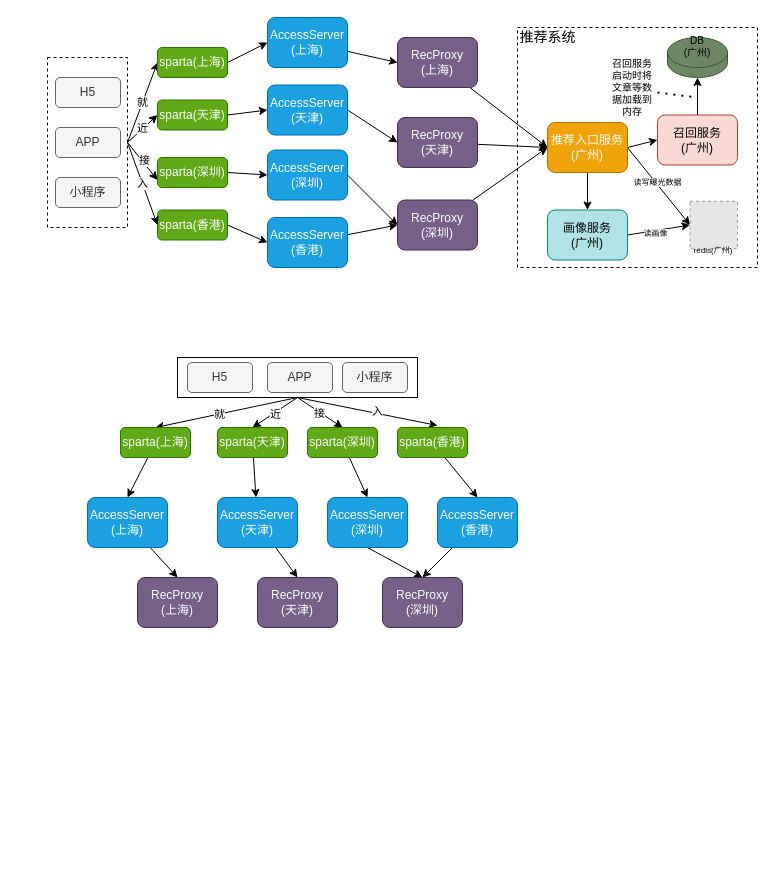
Before: yidian_recomm2.drawio in checkking/diagrams, a draw.io diagram. Source tidied: cells renumbered, new cells numbered last; positions are measured from the earlier drawing's top-left corner, leaving out a move shared by most shapes. Both pictures are drawn from the tidied source at 100%, with x=0, y=0 at pixel (47, 17). Pictures stored in the file or linked from it are replaced by grey dashed boxes.
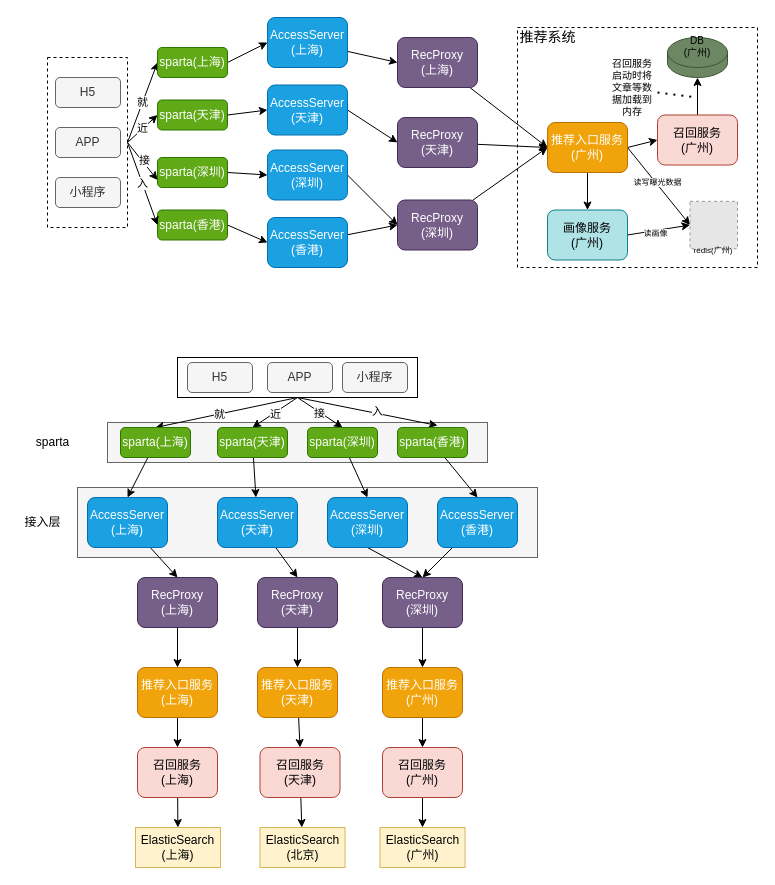
The same diagram, later.

Unchanged cells that the change refers to:
```xml
<mxCell id="84" value="RecProxy&lt;br&gt;(上海)" style="rounded=1;whiteSpace=wrap;html=1;fillColor=#76608a;strokeColor=#432D57;fontColor=#ffffff;" parent="1" vertex="1">
  <mxGeometry x="90" y="560" width="80" height="50" as="geometry" />
</mxCell>
<mxCell id="85" value="RecProxy&lt;br&gt;(天津)" style="rounded=1;whiteSpace=wrap;html=1;fillColor=#76608a;strokeColor=#432D57;fontColor=#ffffff;" parent="1" vertex="1">
  <mxGeometry x="210" y="560" width="80" height="50" as="geometry" />
</mxCell>
<mxCell id="86" value="RecProxy&lt;br&gt;(深圳)" style="rounded=1;whiteSpace=wrap;html=1;fillColor=#76608a;strokeColor=#432D57;fontColor=#ffffff;" parent="1" vertex="1">
  <mxGeometry x="335" y="560" width="80" height="50" as="geometry" />
</mxCell>
```

Change to the diagram source:
```diff
@@
+    <mxCell id="87" style="rounded=0;whiteSpace=wrap;html=1;fillColor=#f5f5f5;strokeColor=#666666;fontColor=#333333;" parent="1" vertex="1">
+      <mxGeometry x="30" y="470" width="460" height="70" as="geometry" />
+    </mxCell>
+    <mxCell id="88" style="rounded=0;whiteSpace=wrap;html=1;fillColor=#f5f5f5;strokeColor=#666666;fontColor=#333333;" parent="1" vertex="1">
+      <mxGeometry x="60" y="405" width="380" height="40" as="geometry" />
+    </mxCell>
@@
+    <mxCell id="89" style="edgeStyle=none;rounded=0;jettySize=auto;html=1;" parent="1" edge="1" source="84" target="99">
+      <mxGeometry relative="1" as="geometry" />
+    </mxCell>
@@
+    <mxCell id="90" style="edgeStyle=none;rounded=0;jettySize=auto;html=1;" parent="1" edge="1" source="85" target="97">
+      <mxGeometry relative="1" as="geometry" />
+    </mxCell>
@@
+    <mxCell id="91" style="edgeStyle=none;rounded=0;jettySize=auto;html=1;" parent="1" edge="1" source="86" target="95">
+      <mxGeometry relative="1" as="geometry" />
+    </mxCell>
@@
+    <mxCell id="92" value="sparta" style="text;html=1;align=center;verticalAlign=middle;" parent="1" vertex="1">
+      <mxGeometry x="-20" y="415" width="50" height="20" as="geometry" />
+    </mxCell>
+    <mxCell id="93" value="接入层" style="text;html=1;align=center;verticalAlign=middle;" parent="1" vertex="1">
+      <mxGeometry x="-30" y="495" width="50" height="20" as="geometry" />
+    </mxCell>
+    <mxCell id="94" style="edgeStyle=none;rounded=0;jettySize=auto;html=1;entryX=0.5;entryY=0;entryDx=0;entryDy=0;" parent="1" edge="1" source="95" target="105">
+      <mxGeometry relative="1" as="geometry" />
+    </mxCell>
+    <mxCell id="95" value="推荐入口服务&lt;br&gt;(广州)" style="rounded=1;whiteSpace=wrap;html=1;fillColor=#f0a30a;strokeColor=#BD7000;fontColor=#ffffff;" parent="1" vertex="1">
+      <mxGeometry x="335" y="650" width="80" height="50" as="geometry" />
+    </mxCell>
+    <mxCell id="96" style="edgeStyle=none;rounded=0;jettySize=auto;html=1;entryX=0.5;entryY=0;entryDx=0;entryDy=0;" parent="1" edge="1" source="97" target="103">
+      <mxGeometry relative="1" as="geometry" />
+    </mxCell>
+    <mxCell id="97" value="推荐入口服务&lt;br&gt;(天津)" style="rounded=1;whiteSpace=wrap;html=1;fillColor=#f0a30a;strokeColor=#BD7000;fontColor=#ffffff;" parent="1" vertex="1">
+      <mxGeometry x="210" y="650" width="80" height="50" as="geometry" />
+    </mxCell>
+    <mxCell id="98" style="edgeStyle=none;rounded=0;jettySize=auto;html=1;entryX=0.5;entryY=0;entryDx=0;entryDy=0;" parent="1" edge="1" source="99" target="101">
+      <mxGeometry relative="1" as="geometry" />
+    </mxCell>
+    <mxCell id="99" value="推荐入口服务&lt;br&gt;(上海)" style="rounded=1;whiteSpace=wrap;html=1;fillColor=#f0a30a;strokeColor=#BD7000;fontColor=#ffffff;" parent="1" vertex="1">
+      <mxGeometry x="90" y="650" width="80" height="50" as="geometry" />
+    </mxCell>
+    <mxCell id="100" style="edgeStyle=none;rounded=0;jettySize=auto;html=1;" parent="1" edge="1" source="101" target="106">
+      <mxGeometry relative="1" as="geometry" />
+    </mxCell>
+    <mxCell id="101" value="召回服务&lt;br&gt;(上海)" style="rounded=1;whiteSpace=wrap;html=1;fillColor=#fad9d5;strokeColor=#ae4132;" parent="1" vertex="1">
+      <mxGeometry x="90" y="730" width="80" height="50" as="geometry" />
+    </mxCell>
+    <mxCell id="102" style="edgeStyle=none;rounded=0;jettySize=auto;html=1;" parent="1" edge="1" source="103" target="107">
+      <mxGeometry relative="1" as="geometry" />
+    </mxCell>
+    <mxCell id="103" value="召回服务&lt;br&gt;(天津)" style="rounded=1;whiteSpace=wrap;html=1;fillColor=#fad9d5;strokeColor=#ae4132;" parent="1" vertex="1">
+      <mxGeometry x="212.5" y="730" width="80" height="50" as="geometry" />
+    </mxCell>
+    <mxCell id="104" style="edgeStyle=none;rounded=0;jettySize=auto;html=1;" parent="1" edge="1" source="105" target="108">
+      <mxGeometry relative="1" as="geometry" />
+    </mxCell>
+    <mxCell id="105" value="召回服务&lt;br&gt;(广州)" style="rounded=1;whiteSpace=wrap;html=1;fillColor=#fad9d5;strokeColor=#ae4132;" parent="1" vertex="1">
+      <mxGeometry x="335" y="730" width="80" height="50" as="geometry" />
+    </mxCell>
+    <mxCell id="106" value="ElasticSearch&lt;br&gt;(上海)" style="rounded=0;whiteSpace=wrap;html=1;fillColor=#fff2cc;strokeColor=#d6b656;" parent="1" vertex="1">
+      <mxGeometry x="88" y="810" width="85" height="40" as="geometry" />
+    </mxCell>
+    <mxCell id="107" value="ElasticSearch&lt;br&gt;(北京)" style="rounded=0;whiteSpace=wrap;html=1;fillColor=#fff2cc;strokeColor=#d6b656;" parent="1" vertex="1">
+      <mxGeometry x="212.5" y="810" width="85" height="40" as="geometry" />
+    </mxCell>
+    <mxCell id="108" value="ElasticSearch&lt;br&gt;(广州)" style="rounded=0;whiteSpace=wrap;html=1;fillColor=#fff2cc;strokeColor=#d6b656;" parent="1" vertex="1">
+      <mxGeometry x="332.5" y="810" width="85" height="40" as="geometry" />
+    </mxCell>
```
